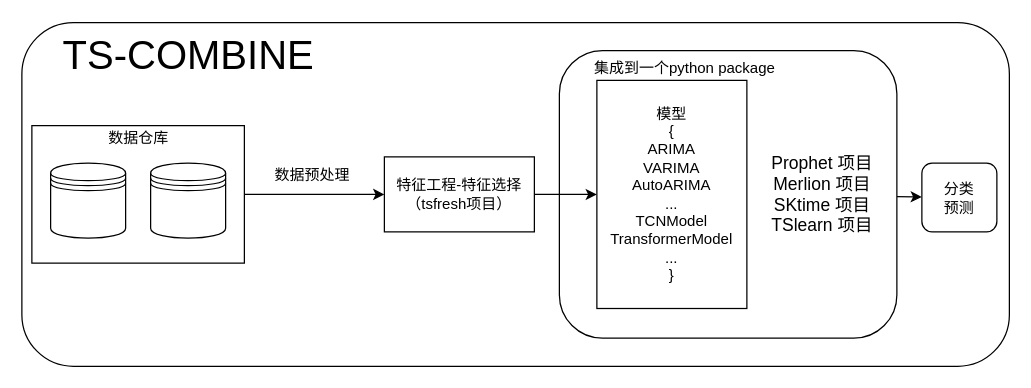
This is static/images/ts-combine.drawio from Chaoqun-Guo/ts_combine, a draw.io file, before an edit. Source tidied: cells renumbered, new cells numbered last; positions are measured from the earlier drawing's top-left corner, leaving out a move shared by most shapes. Both pictures are drawn from the tidied source at 125%, with x=0, y=0 at pixel (21, 22).
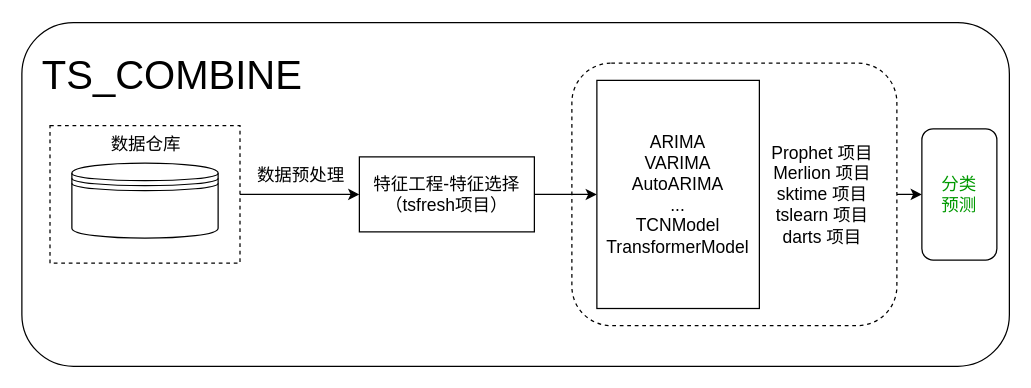
The same diagram, later.

Diff of the diagram source:
```diff
@@
 <mxGraphModel>
   <root>
     <mxCell id="0" />
     <mxCell id="1" parent="0" />
     <mxCell id="2" style="rounded=1;whiteSpace=wrap;html=1;fontSize=14;" parent="1" vertex="1">
       <mxGeometry y="-0.5" width="790" height="275" as="geometry" />
     </mxCell>
     <mxCell id="3" style="edgeStyle=none;html=1;fontSize=14;" parent="1" edge="1" source="4" target="14">
       <mxGeometry relative="1" as="geometry" />
     </mxCell>
-    <mxCell id="4" style="rounded=1;whiteSpace=wrap;html=1;" parent="1" vertex="1">
-      <mxGeometry x="430" y="22" width="270" height="230" as="geometry" />
+    <mxCell id="4" style="rounded=1;whiteSpace=wrap;html=1;dashed=1;" parent="1" vertex="1">
+      <mxGeometry x="440" y="32" width="260" height="210" as="geometry" />
     </mxCell>
     <mxCell id="5" style="edgeStyle=none;html=1;" parent="1" edge="1" source="6" target="11">
       <mxGeometry relative="1" as="geometry" />
     </mxCell>
-    <mxCell id="6" style="rounded=0;whiteSpace=wrap;html=1;" parent="1" vertex="1">
-      <mxGeometry x="8" y="82" width="170" height="110" as="geometry" />
+    <mxCell id="6" style="rounded=0;whiteSpace=wrap;html=1;dashed=1;strokeColor=default;" parent="1" vertex="1">
+      <mxGeometry x="22.5" y="82" width="152" height="110" as="geometry" />
     </mxCell>
     <mxCell id="7" style="shape=datastore;whiteSpace=wrap;html=1;" parent="1" vertex="1">
-      <mxGeometry x="23" y="112" width="60" height="60" as="geometry" />
+      <mxGeometry x="40" y="112" width="117" height="60" as="geometry" />
     </mxCell>
-    <mxCell id="8" style="shape=datastore;whiteSpace=wrap;html=1;" parent="1" vertex="1">
-      <mxGeometry x="103" y="112" width="60" height="60" as="geometry" />
-    </mxCell>
-    <mxCell id="9" value="数据仓库" style="text;html=1;align=center;verticalAlign=middle;strokeColor=none;fillColor=none;" parent="1" vertex="1">
-      <mxGeometry x="63" y="82" width="60" height="20" as="geometry" />
+    <mxCell id="9" value="数据仓库" style="text;html=1;align=center;verticalAlign=middle;strokeColor=none;fillColor=none;fontSize=14;" parent="1" vertex="1">
+      <mxGeometry x="63.5" y="87" width="70" height="20" as="geometry" />
     </mxCell>
     <mxCell id="10" style="edgeStyle=none;html=1;" parent="1" edge="1" source="11" target="12">
       <mxGeometry relative="1" as="geometry" />
     </mxCell>
-    <mxCell id="11" value="特征工程-特征选择&lt;br&gt;（tsfresh项目）" style="rounded=0;whiteSpace=wrap;html=1;" parent="1" vertex="1">
-      <mxGeometry x="290" y="107" width="120" height="60" as="geometry" />
+    <mxCell id="11" value="特征工程-特征选择&lt;br style=&quot;font-size: 14px;&quot;&gt;（tsfresh项目）" style="rounded=0;whiteSpace=wrap;html=1;fontSize=14;" parent="1" vertex="1">
+      <mxGeometry x="270" y="107" width="140" height="60" as="geometry" />
     </mxCell>
-    <mxCell id="12" value="模型&lt;br&gt;{&lt;br&gt;ARIMA&lt;br&gt;VARIMA&lt;br&gt;AutoARIMA&lt;br&gt;...&lt;br&gt;TCNModel&lt;br&gt;TransformerModel&lt;br&gt;...&lt;br&gt;}" style="whiteSpace=wrap;html=1;rounded=0;" parent="1" vertex="1">
-      <mxGeometry x="460" y="45.8" width="120" height="182.5" as="geometry" />
+    <mxCell id="12" value="ARIMA&lt;br style=&quot;font-size: 14px&quot;&gt;VARIMA&lt;br style=&quot;font-size: 14px&quot;&gt;AutoARIMA&lt;br style=&quot;font-size: 14px&quot;&gt;...&lt;br style=&quot;font-size: 14px&quot;&gt;TCNModel&lt;br style=&quot;font-size: 14px&quot;&gt;TransformerModel" style="whiteSpace=wrap;html=1;rounded=0;fontSize=14;" parent="1" vertex="1">
+      <mxGeometry x="460" y="45.8" width="130" height="182.5" as="geometry" />
     </mxCell>
-    <mxCell id="13" value="Prophet 项目&lt;br style=&quot;font-size: 14px&quot;&gt;Merlion 项目&lt;br&gt;SKtime 项目&lt;br style=&quot;font-size: 14px&quot;&gt;TSlearn 项目" style="text;html=1;align=center;verticalAlign=middle;strokeColor=none;fillColor=none;fontSize=14;" parent="1" vertex="1">
-      <mxGeometry x="590" y="102" width="100" height="70" as="geometry" />
+    <mxCell id="13" value="Prophet 项目&lt;br style=&quot;font-size: 14px&quot;&gt;Merlion 项目&lt;br&gt;sktime 项目&lt;br style=&quot;font-size: 14px&quot;&gt;tslearn 项目&lt;br&gt;darts 项目" style="text;html=1;align=center;verticalAlign=middle;strokeColor=none;fillColor=none;fontSize=14;" parent="1" vertex="1">
+      <mxGeometry x="590" y="92" width="100" height="90" as="geometry" />
     </mxCell>
-    <mxCell id="14" value="分类&lt;br&gt;预测" style="whiteSpace=wrap;html=1;rounded=1;" parent="1" vertex="1">
-      <mxGeometry x="720" y="112" width="60" height="55" as="geometry" />
+    <mxCell id="14" value="分类&lt;br style=&quot;font-size: 14px;&quot;&gt;预测" style="whiteSpace=wrap;html=1;rounded=1;fontSize=14;fontColor=#009900;" parent="1" vertex="1">
+      <mxGeometry x="720" y="84.5" width="60" height="105" as="geometry" />
     </mxCell>
-    <mxCell id="15" value="TS-COMBINE" style="text;html=1;align=center;verticalAlign=middle;strokeColor=none;fillColor=none;fontSize=32;" parent="1" vertex="1">
-      <mxGeometry x="23" y="5.8" width="220" height="40" as="geometry" />
+    <mxCell id="15" value="TS_COMBINE" style="text;html=1;align=center;verticalAlign=middle;strokeColor=none;fillColor=none;fontSize=32;" parent="1" vertex="1">
+      <mxGeometry x="10" y="22" width="220" height="40" as="geometry" />
     </mxCell>
-    <mxCell id="16" value="集成到一个python package" style="text;html=1;align=center;verticalAlign=middle;strokeColor=none;fillColor=none;" parent="1" vertex="1">
-      <mxGeometry x="450" y="25.8" width="160" height="20" as="geometry" />
-    </mxCell>
-    <mxCell id="17" value="数据预处理" style="text;html=1;align=center;verticalAlign=middle;strokeColor=none;fillColor=none;" parent="1" vertex="1">
-      <mxGeometry x="192" y="112" width="80" height="20" as="geometry" />
+    <mxCell id="17" value="数据预处理" style="text;html=1;align=center;verticalAlign=middle;strokeColor=none;fillColor=none;fontSize=14;" parent="1" vertex="1">
+      <mxGeometry x="178" y="112" width="90" height="20" as="geometry" />
     </mxCell>
   </root>
 </mxGraphModel>
```
